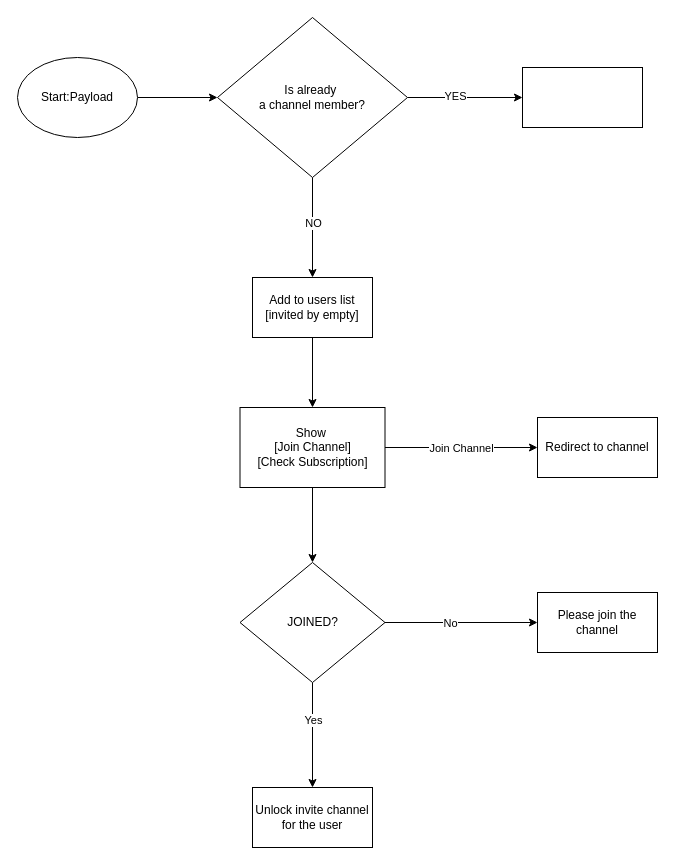
Above: Untitled Diagram.drawio in KaluBekalu/addis-software-client (draw.io), before the change. Source tidied: cells renumbered, new cells numbered last; positions are measured from the earlier drawing's top-left corner, leaving out a move shared by most shapes. Both pictures are drawn from the tidied source at 100%, with x=0, y=0 at pixel (17, 17).
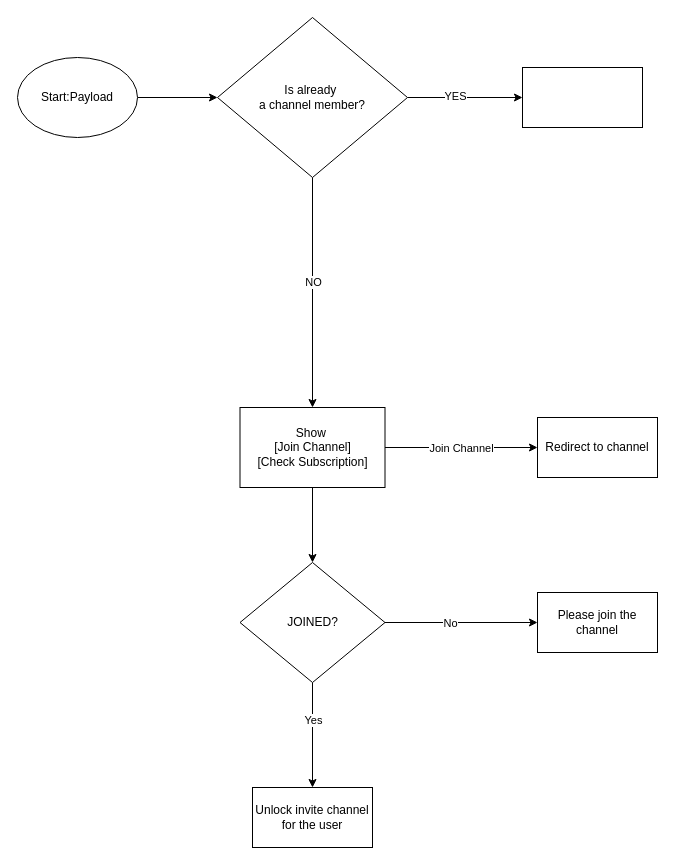
The same diagram, later.

Unchanged cells that the change refers to:
```xml
<mxCell id="8" value="Is already&amp;nbsp;&lt;div&gt;a channel member?&lt;/div&gt;" style="rhombus;whiteSpace=wrap;html=1;" parent="1" vertex="1">
  <mxGeometry x="200" width="190" height="160" as="geometry" />
</mxCell>
<mxCell id="15" value="Show&amp;nbsp;&lt;div&gt;[Join Channel]&lt;/div&gt;&lt;div&gt;[Check Subscription]&lt;/div&gt;" style="whiteSpace=wrap;html=1;" parent="1" vertex="1">
  <mxGeometry x="222.5" y="390" width="145" height="80" as="geometry" />
</mxCell>
```

Diff of the diagram source:
```diff
@@
-    <mxCell id="6" style="edgeStyle=orthogonalEdgeStyle;rounded=0;jettySize=auto;html=1;" parent="1" edge="1" source="8" target="11">
+    <mxCell id="6" style="edgeStyle=orthogonalEdgeStyle;rounded=0;jettySize=auto;html=1;entryX=0.5;entryY=0;entryDx=0;entryDy=0;" parent="1" edge="1" source="8" target="15">
       <mxGeometry relative="1" as="geometry" />
     </mxCell>
@@
-    <mxCell id="10" style="edgeStyle=orthogonalEdgeStyle;rounded=0;jettySize=auto;html=1;" parent="1" edge="1" source="11" target="15">
-      <mxGeometry relative="1" as="geometry" />
-    </mxCell>
-    <mxCell id="11" value="Add to users list&lt;div&gt;[invited by empty]&lt;/div&gt;" style="whiteSpace=wrap;html=1;" parent="1" vertex="1">
-      <mxGeometry x="235" y="260" width="120" height="60" as="geometry" />
-    </mxCell>
```
